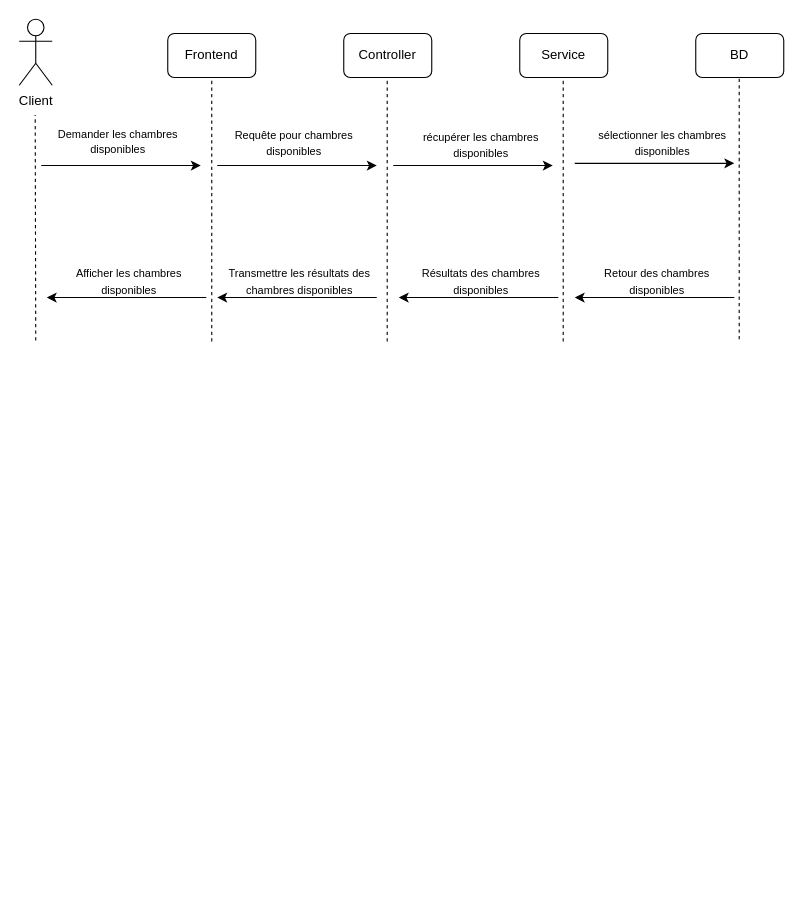
The draw.io diagram Diagramme sans nom.drawio in Zakariae-zemat/Error-management, before the edit. Source tidied: cells renumbered, new cells numbered last; positions are measured from the earlier drawing's top-left corner, leaving out a move shared by most shapes. Both pictures are drawn from the tidied source at 110%, with x=0, y=0 at pixel (19, 19).
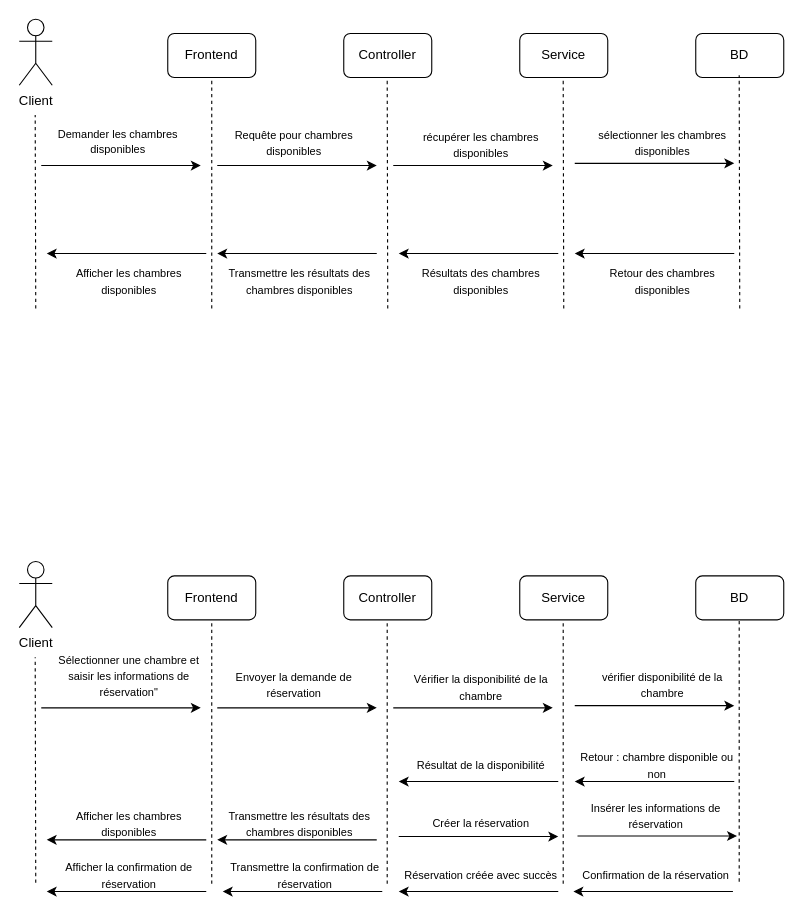
The same diagram, later.

Commit message (it also covers changes not shown here):
Mettre à jour Diagramme sans nom.drawio

Unchanged cells that the change refers to:
```xml
<mxCell id="3" value="Frontend" style="rounded=1;whiteSpace=wrap;html=1;" parent="1" vertex="1">
  <mxGeometry x="135" y="13" width="80" height="40" as="geometry" />
</mxCell>
```

Diff of the diagram source:
```diff
@@
     <mxCell id="7" style="endArrow=none;dashed=1;html=1;rounded=0;entryX=0.5;entryY=1;entryDx=0;entryDy=0;" parent="1" edge="1" target="3">
       <mxGeometry relative="1" as="geometry">
-        <mxPoint x="175" y="293" as="sourcePoint" />
+        <mxPoint x="175" y="263" as="sourcePoint" />
       </mxGeometry>
     </mxCell>
     <mxCell id="8" style="endArrow=none;dashed=1;html=1;rounded=0;entryX=0.5;entryY=1;entryDx=0;entryDy=0;" parent="1" edge="1">
       <mxGeometry relative="1" as="geometry">
-        <mxPoint x="334.5" y="293" as="sourcePoint" />
+        <mxPoint x="335" y="263" as="sourcePoint" />
         <mxPoint x="334.5" y="53" as="targetPoint" />
       </mxGeometry>
     </mxCell>
     <mxCell id="9" style="endArrow=none;dashed=1;html=1;rounded=0;entryX=0.5;entryY=1;entryDx=0;entryDy=0;" parent="1" edge="1">
       <mxGeometry relative="1" as="geometry">
-        <mxPoint x="654.5" y="291" as="sourcePoint" />
+        <mxPoint x="655" y="263" as="sourcePoint" />
         <mxPoint x="654.5" y="51" as="targetPoint" />
       </mxGeometry>
     </mxCell>
     <mxCell id="10" style="endArrow=none;dashed=1;html=1;rounded=0;entryX=0.5;entryY=1;entryDx=0;entryDy=0;" parent="1" edge="1">
       <mxGeometry relative="1" as="geometry">
-        <mxPoint x="494.5" y="293" as="sourcePoint" />
+        <mxPoint x="495" y="263" as="sourcePoint" />
         <mxPoint x="494.5" y="53" as="targetPoint" />
       </mxGeometry>
     </mxCell>
     <mxCell id="11" style="endArrow=none;dashed=1;html=1;rounded=0;entryX=0.5;entryY=1;entryDx=0;entryDy=0;" parent="1" edge="1">
       <mxGeometry relative="1" as="geometry">
-        <mxPoint x="15" y="292" as="sourcePoint" />
+        <mxPoint x="15" y="263" as="sourcePoint" />
         <mxPoint x="14.5" y="87" as="targetPoint" />
       </mxGeometry>
     </mxCell>
@@
     <mxCell id="20" style="endArrow=classic;html=1;rounded=0;" parent="1" edge="1">
       <mxGeometry relative="1" as="geometry">
-        <mxPoint x="650" y="253" as="sourcePoint" />
-        <mxPoint x="505" y="253" as="targetPoint" />
+        <mxPoint x="650" y="213" as="sourcePoint" />
+        <mxPoint x="505" y="213" as="targetPoint" />
       </mxGeometry>
     </mxCell>
     <mxCell id="21" value="&lt;div&gt;&lt;font style=&quot;font-size: 10px;&quot;&gt;Retour des chambres disponibles&lt;/font&gt;&lt;br&gt;&lt;/div&gt;" style="text;html=1;align=center;verticalAlign=middle;whiteSpace=wrap;rounded=0;" parent="1" vertex="1">
-      <mxGeometry x="505" y="233" width="150" height="10" as="geometry" />
+      <mxGeometry x="510" y="233" width="150" height="10" as="geometry" />
     </mxCell>
     <mxCell id="22" style="endArrow=classic;html=1;rounded=0;" parent="1" edge="1">
       <mxGeometry relative="1" as="geometry">
-        <mxPoint x="490" y="253" as="sourcePoint" />
-        <mxPoint x="345" y="253" as="targetPoint" />
+        <mxPoint x="490" y="213" as="sourcePoint" />
+        <mxPoint x="345" y="213" as="targetPoint" />
       </mxGeometry>
     </mxCell>
@@
     <mxCell id="24" style="endArrow=classic;html=1;rounded=0;" parent="1" edge="1">
       <mxGeometry relative="1" as="geometry">
-        <mxPoint x="325" y="253" as="sourcePoint" />
-        <mxPoint x="180" y="253" as="targetPoint" />
+        <mxPoint x="325" y="213" as="sourcePoint" />
+        <mxPoint x="180" y="213" as="targetPoint" />
       </mxGeometry>
     </mxCell>
@@
     <mxCell id="26" style="endArrow=classic;html=1;rounded=0;" parent="1" edge="1">
       <mxGeometry relative="1" as="geometry">
-        <mxPoint x="170" y="253" as="sourcePoint" />
-        <mxPoint x="25" y="253" as="targetPoint" />
+        <mxPoint x="170" y="213" as="sourcePoint" />
+        <mxPoint x="25" y="213" as="targetPoint" />
       </mxGeometry>
     </mxCell>
@@
+    <mxCell id="28" value="Client" style="shape=umlActor;verticalLabelPosition=bottom;verticalAlign=top;html=1;" parent="1" vertex="1">
+      <mxGeometry y="493" width="30" height="60" as="geometry" />
+    </mxCell>
+    <mxCell id="29" value="Frontend" style="rounded=1;whiteSpace=wrap;html=1;" parent="1" vertex="1">
+      <mxGeometry x="135" y="506" width="80" height="40" as="geometry" />
+    </mxCell>
+    <mxCell id="30" value="BD" style="rounded=1;whiteSpace=wrap;html=1;" parent="1" vertex="1">
+      <mxGeometry x="615" y="506" width="80" height="40" as="geometry" />
+    </mxCell>
+    <mxCell id="31" value="Service" style="rounded=1;whiteSpace=wrap;html=1;" parent="1" vertex="1">
+      <mxGeometry x="455" y="506" width="80" height="40" as="geometry" />
+    </mxCell>
+    <mxCell id="32" value="Controller" style="rounded=1;whiteSpace=wrap;html=1;" parent="1" vertex="1">
+      <mxGeometry x="295" y="506" width="80" height="40" as="geometry" />
+    </mxCell>
+    <mxCell id="33" style="endArrow=none;dashed=1;html=1;rounded=0;entryX=0.5;entryY=1;entryDx=0;entryDy=0;" parent="1" edge="1" target="29">
+      <mxGeometry relative="1" as="geometry">
+        <mxPoint x="175" y="786" as="sourcePoint" />
+      </mxGeometry>
+    </mxCell>
+    <mxCell id="34" style="endArrow=none;dashed=1;html=1;rounded=0;entryX=0.5;entryY=1;entryDx=0;entryDy=0;" parent="1" edge="1">
+      <mxGeometry relative="1" as="geometry">
+        <mxPoint x="334.5" y="786" as="sourcePoint" />
+        <mxPoint x="334.5" y="546" as="targetPoint" />
+      </mxGeometry>
+    </mxCell>
+    <mxCell id="35" style="endArrow=none;dashed=1;html=1;rounded=0;entryX=0.5;entryY=1;entryDx=0;entryDy=0;" parent="1" edge="1">
+      <mxGeometry relative="1" as="geometry">
+        <mxPoint x="654.5" y="784" as="sourcePoint" />
+        <mxPoint x="654.5" y="544" as="targetPoint" />
+      </mxGeometry>
+    </mxCell>
+    <mxCell id="36" style="endArrow=none;dashed=1;html=1;rounded=0;entryX=0.5;entryY=1;entryDx=0;entryDy=0;" parent="1" edge="1">
+      <mxGeometry relative="1" as="geometry">
+        <mxPoint x="494.5" y="786" as="sourcePoint" />
+        <mxPoint x="494.5" y="546" as="targetPoint" />
+      </mxGeometry>
+    </mxCell>
+    <mxCell id="37" style="endArrow=none;dashed=1;html=1;rounded=0;entryX=0.5;entryY=1;entryDx=0;entryDy=0;" parent="1" edge="1">
+      <mxGeometry relative="1" as="geometry">
+        <mxPoint x="15" y="785" as="sourcePoint" />
+        <mxPoint x="14.5" y="580" as="targetPoint" />
+      </mxGeometry>
+    </mxCell>
+    <mxCell id="38" style="endArrow=classic;html=1;rounded=0;" parent="1" edge="1">
+      <mxGeometry relative="1" as="geometry">
+        <mxPoint x="20" y="626" as="sourcePoint" />
+        <mxPoint x="165" y="626" as="targetPoint" />
+      </mxGeometry>
+    </mxCell>
+    <mxCell id="39" value="&lt;div&gt;&lt;font style=&quot;font-size: 10px;&quot;&gt;Sélectionner une chambre et saisir les informations de réservation&quot;&lt;/font&gt;&lt;br&gt;&lt;/div&gt;" style="text;html=1;align=center;verticalAlign=middle;whiteSpace=wrap;rounded=0;" parent="1" vertex="1">
+      <mxGeometry x="25" y="592" width="150" height="10" as="geometry" />
+    </mxCell>
+    <mxCell id="40" style="endArrow=classic;html=1;rounded=0;" parent="1" edge="1">
+      <mxGeometry relative="1" as="geometry">
+        <mxPoint x="180" y="626" as="sourcePoint" />
+        <mxPoint x="325" y="626" as="targetPoint" />
+      </mxGeometry>
+    </mxCell>
+    <mxCell id="41" value="&lt;div&gt;&lt;font style=&quot;font-size: 10px;&quot;&gt;Envoyer la demande de réservation&lt;/font&gt;&lt;br&gt;&lt;/div&gt;" style="text;html=1;align=center;verticalAlign=middle;whiteSpace=wrap;rounded=0;" parent="1" vertex="1">
+      <mxGeometry x="175" y="600" width="150" height="10" as="geometry" />
+    </mxCell>
+    <mxCell id="42" style="endArrow=classic;html=1;rounded=0;" parent="1" edge="1">
+      <mxGeometry relative="1" as="geometry">
+        <mxPoint x="340" y="626" as="sourcePoint" />
+        <mxPoint x="485" y="626" as="targetPoint" />
+      </mxGeometry>
+    </mxCell>
+    <mxCell id="43" value="&lt;div&gt;&lt;font style=&quot;font-size: 10px;&quot;&gt;Vérifier la disponibilité de la chambre&lt;/font&gt;&lt;br&gt;&lt;/div&gt;" style="text;html=1;align=center;verticalAlign=middle;whiteSpace=wrap;rounded=0;" parent="1" vertex="1">
+      <mxGeometry x="345" y="602" width="150" height="10" as="geometry" />
+    </mxCell>
+    <mxCell id="44" style="endArrow=classic;html=1;rounded=0;" parent="1" edge="1">
+      <mxGeometry relative="1" as="geometry">
+        <mxPoint x="505" y="624" as="sourcePoint" />
+        <mxPoint x="650" y="624" as="targetPoint" />
+      </mxGeometry>
+    </mxCell>
+    <mxCell id="45" value="&lt;div&gt;&lt;font style=&quot;font-size: 10px;&quot;&gt;vérifier disponibilité de la chambre&lt;/font&gt;&lt;br&gt;&lt;/div&gt;" style="text;html=1;align=center;verticalAlign=middle;whiteSpace=wrap;rounded=0;" parent="1" vertex="1">
+      <mxGeometry x="510" y="600" width="150" height="10" as="geometry" />
+    </mxCell>
+    <mxCell id="46" style="endArrow=classic;html=1;rounded=0;" parent="1" edge="1">
+      <mxGeometry relative="1" as="geometry">
+        <mxPoint x="650" y="693" as="sourcePoint" />
+        <mxPoint x="505" y="693" as="targetPoint" />
+      </mxGeometry>
+    </mxCell>
+    <mxCell id="47" value="&lt;div&gt;&lt;font style=&quot;font-size: 10px;&quot;&gt;Retour : chambre disponible ou non&lt;/font&gt;&lt;br&gt;&lt;/div&gt;" style="text;html=1;align=center;verticalAlign=middle;whiteSpace=wrap;rounded=0;" parent="1" vertex="1">
+      <mxGeometry x="505" y="673" width="150" height="10" as="geometry" />
+    </mxCell>
+    <mxCell id="48" style="endArrow=classic;html=1;rounded=0;" parent="1" edge="1">
+      <mxGeometry relative="1" as="geometry">
+        <mxPoint x="490" y="693" as="sourcePoint" />
+        <mxPoint x="345" y="693" as="targetPoint" />
+      </mxGeometry>
+    </mxCell>
+    <mxCell id="49" value="&lt;div&gt;&lt;font style=&quot;font-size: 10px;&quot;&gt;Résultat de la disponibilité&lt;/font&gt;&lt;br&gt;&lt;/div&gt;" style="text;html=1;align=center;verticalAlign=middle;whiteSpace=wrap;rounded=0;" parent="1" vertex="1">
+      <mxGeometry x="345" y="673" width="150" height="10" as="geometry" />
+    </mxCell>
+    <mxCell id="50" style="endArrow=classic;html=1;rounded=0;" parent="1" edge="1">
+      <mxGeometry relative="1" as="geometry">
+        <mxPoint x="325" y="746" as="sourcePoint" />
+        <mxPoint x="180" y="746" as="targetPoint" />
+      </mxGeometry>
+    </mxCell>
+    <mxCell id="51" value="&lt;div&gt;&lt;font style=&quot;font-size: 10px;&quot;&gt;Transmettre les résultats des chambres disponibles&lt;/font&gt;&lt;br&gt;&lt;/div&gt;" style="text;html=1;align=center;verticalAlign=middle;whiteSpace=wrap;rounded=0;" parent="1" vertex="1">
+      <mxGeometry x="180" y="726" width="150" height="10" as="geometry" />
+    </mxCell>
+    <mxCell id="52" style="endArrow=classic;html=1;rounded=0;" parent="1" edge="1">
+      <mxGeometry relative="1" as="geometry">
+        <mxPoint x="170" y="746" as="sourcePoint" />
+        <mxPoint x="25" y="746" as="targetPoint" />
+      </mxGeometry>
+    </mxCell>
+    <mxCell id="53" value="&lt;div&gt;&lt;font style=&quot;font-size: 10px;&quot;&gt;Afficher les chambres disponibles&lt;/font&gt;&lt;br&gt;&lt;/div&gt;" style="text;html=1;align=center;verticalAlign=middle;whiteSpace=wrap;rounded=0;" parent="1" vertex="1">
+      <mxGeometry x="25" y="726" width="150" height="10" as="geometry" />
+    </mxCell>
+    <mxCell id="54" style="endArrow=classic;html=1;rounded=0;" parent="1" edge="1">
+      <mxGeometry relative="1" as="geometry">
+        <mxPoint x="345" y="743" as="sourcePoint" />
+        <mxPoint x="490" y="743" as="targetPoint" />
+      </mxGeometry>
+    </mxCell>
+    <mxCell id="55" value="&lt;div&gt;&lt;font style=&quot;font-size: 10px;&quot;&gt;Créer la réservation&lt;/font&gt;&lt;br&gt;&lt;/div&gt;" style="text;html=1;align=center;verticalAlign=middle;whiteSpace=wrap;rounded=0;" parent="1" vertex="1">
+      <mxGeometry x="345" y="726" width="150" height="10" as="geometry" />
+    </mxCell>
+    <mxCell id="56" style="endArrow=classic;html=1;rounded=0;" parent="1" edge="1">
+      <mxGeometry relative="1" as="geometry">
+        <mxPoint x="507.5" y="742.5" as="sourcePoint" />
+        <mxPoint x="652.5" y="742.5" as="targetPoint" />
+      </mxGeometry>
+    </mxCell>
+    <mxCell id="57" value="&lt;div&gt;&lt;font style=&quot;font-size: 10px;&quot;&gt;Insérer les informations de réservation&lt;/font&gt;&lt;br&gt;&lt;/div&gt;" style="text;html=1;align=center;verticalAlign=middle;whiteSpace=wrap;rounded=0;" parent="1" vertex="1">
+      <mxGeometry x="495" y="718.5" width="167.5" height="10" as="geometry" />
+    </mxCell>
+    <mxCell id="58" style="endArrow=classic;html=1;rounded=0;" parent="1" edge="1">
+      <mxGeometry relative="1" as="geometry">
+        <mxPoint x="648.8" y="793" as="sourcePoint" />
+        <mxPoint x="503.8" y="793" as="targetPoint" />
+      </mxGeometry>
+    </mxCell>
+    <mxCell id="59" value="&lt;div&gt;&lt;font style=&quot;font-size: 10px;&quot;&gt;Confirmation de la réservation&lt;/font&gt;&lt;br&gt;&lt;/div&gt;" style="text;html=1;align=center;verticalAlign=middle;whiteSpace=wrap;rounded=0;" parent="1" vertex="1">
+      <mxGeometry x="503.8" y="773" width="150" height="10" as="geometry" />
+    </mxCell>
+    <mxCell id="60" style="endArrow=classic;html=1;rounded=0;" parent="1" edge="1">
+      <mxGeometry relative="1" as="geometry">
+        <mxPoint x="490" y="793" as="sourcePoint" />
+        <mxPoint x="345" y="793" as="targetPoint" />
+      </mxGeometry>
+    </mxCell>
+    <mxCell id="61" value="&lt;div&gt;&lt;font style=&quot;font-size: 10px;&quot;&gt;Réservation créée avec succès&lt;/font&gt;&lt;br&gt;&lt;/div&gt;" style="text;html=1;align=center;verticalAlign=middle;whiteSpace=wrap;rounded=0;" parent="1" vertex="1">
+      <mxGeometry x="345" y="773" width="150" height="10" as="geometry" />
+    </mxCell>
+    <mxCell id="62" style="endArrow=classic;html=1;rounded=0;" parent="1" edge="1">
+      <mxGeometry relative="1" as="geometry">
+        <mxPoint x="330" y="793" as="sourcePoint" />
+        <mxPoint x="185" y="793" as="targetPoint" />
+      </mxGeometry>
+    </mxCell>
+    <mxCell id="63" value="&lt;div&gt;&lt;font style=&quot;font-size: 10px;&quot;&gt;Transmettre la confirmation de réservation&lt;/font&gt;&lt;br&gt;&lt;/div&gt;" style="text;html=1;align=center;verticalAlign=middle;whiteSpace=wrap;rounded=0;" parent="1" vertex="1">
+      <mxGeometry x="185" y="773" width="150" height="10" as="geometry" />
+    </mxCell>
+    <mxCell id="64" style="endArrow=classic;html=1;rounded=0;" parent="1" edge="1">
+      <mxGeometry relative="1" as="geometry">
+        <mxPoint x="170" y="793" as="sourcePoint" />
+        <mxPoint x="25" y="793" as="targetPoint" />
+      </mxGeometry>
+    </mxCell>
+    <mxCell id="65" value="&lt;div&gt;&lt;font style=&quot;font-size: 10px;&quot;&gt;Afficher la confirmation de réservation&lt;/font&gt;&lt;br&gt;&lt;/div&gt;" style="text;html=1;align=center;verticalAlign=middle;whiteSpace=wrap;rounded=0;" parent="1" vertex="1">
+      <mxGeometry x="25" y="773" width="150" height="10" as="geometry" />
+    </mxCell>
```
